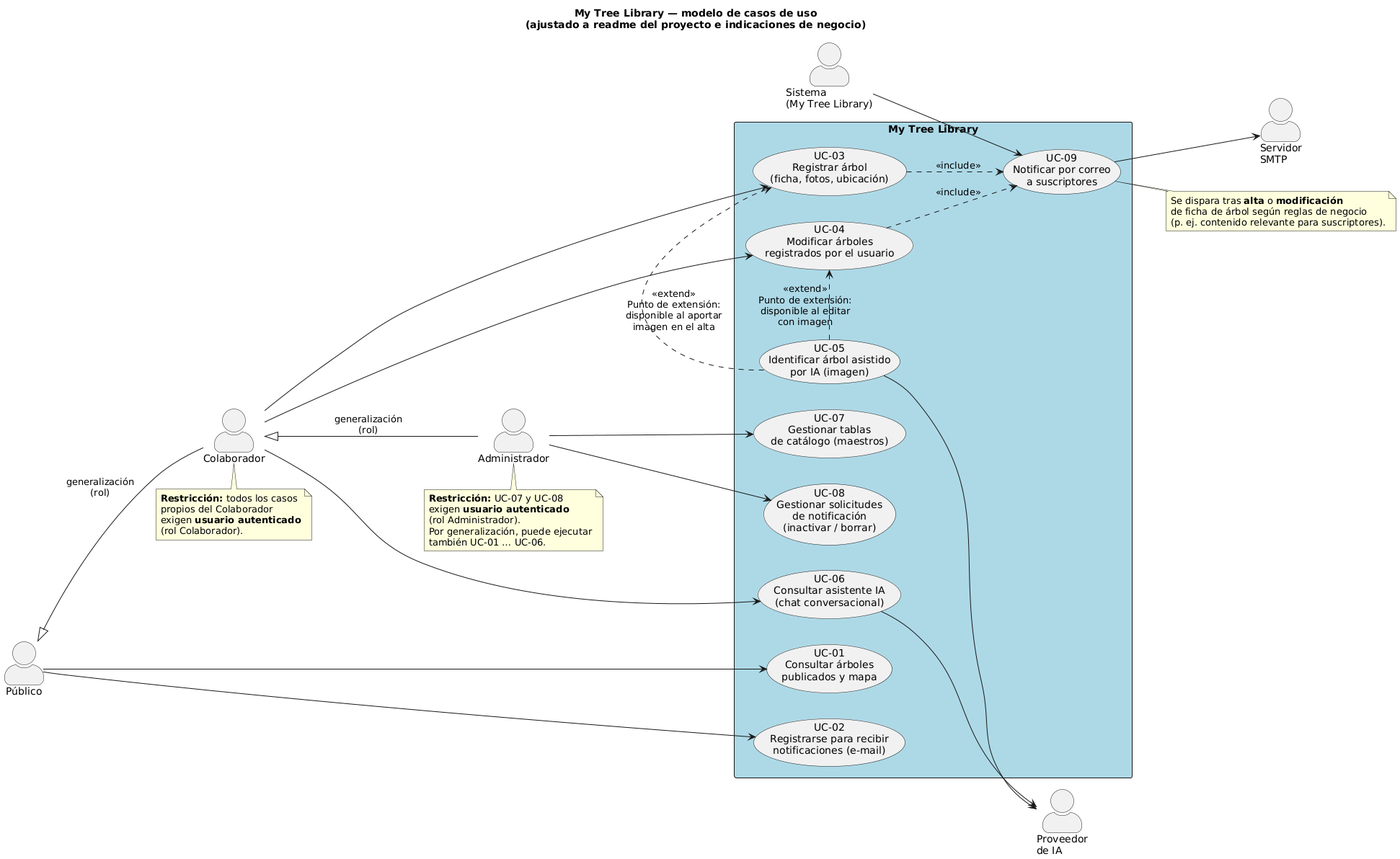
LIDR-academy/AI4Devs-finalproject keeps this PlantUML diagram as docs/use-cases/use-case-model.png. Above is the earlier version. Source of this version:
```plantuml
@startuml
title My Tree Library — modelo de casos de uso\n(ajustado a readme del proyecto e indicaciones de negocio)

skinparam packageStyle rectangle
skinparam actorStyle awesome
left to right direction

actor "Público" as Publico
actor "Colaborador" as Colaborador
actor "Administrador" as Administrador
actor "Sistema\n(My Tree Library)" as Sistema
actor "Proveedor\nde IA" as ProvIA
actor "Servidor\nSMTP" as SMTP

Publico <|-- Colaborador : generalización\n(rol)
Colaborador <|-- Administrador : generalización\n(rol)

rectangle "My Tree Library" #LightBlue {
  usecase "UC-01\nConsultar árboles\npublicados y mapa" as UC1
  usecase "UC-02\nRegistrarse para recibir\nnotificaciones (e-mail)" as UC2

  usecase "UC-03\nRegistrar árbol\n(ficha, fotos, ubicación)" as UC3
  usecase "UC-04\nModificar árboles\nregistrados por el usuario" as UC4
  usecase "UC-05\nIdentificar árbol asistido\npor IA (imagen)" as UC5

  usecase "UC-06\nConsultar asistente IA\n(chat conversacional)" as UC6

  usecase "UC-07\nGestionar tablas\nde catálogo (maestros)" as UC7
  usecase "UC-08\nGestionar solicitudes\nde notificación\n(inactivar / borrar)" as UC8

  usecase "UC-09\nNotificar por correo\na suscriptores" as UC9
}

Publico --> UC1
Publico --> UC2

Colaborador --> UC3
Colaborador --> UC4
Colaborador --> UC6

UC5 .> UC3 : <<extend>>\nPunto de extensión:\ndisponible al aportar\nimagen en el alta
UC5 .> UC4 : <<extend>>\nPunto de extensión:\ndisponible al editar\ncon imagen

Administrador --> UC7
Administrador --> UC8

note bottom of Colaborador
  **Restricción:** todos los casos
  propios del Colaborador
  exigen **usuario autenticado**
  (rol Colaborador).
end note

note bottom of Administrador
  **Restricción:** UC-07 y UC-08
  exigen **usuario autenticado**
  (rol Administrador).
  Por generalización, puede ejecutar
  también UC-01 … UC-06.
end note

Sistema --> UC9
UC3 ..> UC9 : <<include>>
UC4 ..> UC9 : <<include>>

note right of UC9
  Se dispara tras **alta** o **modificación**
  de ficha de árbol según reglas de negocio
  (p. ej. contenido relevante para suscriptores).
end note

UC9 --> SMTP

UC5 --> ProvIA
UC6 --> ProvIA
@enduml
```
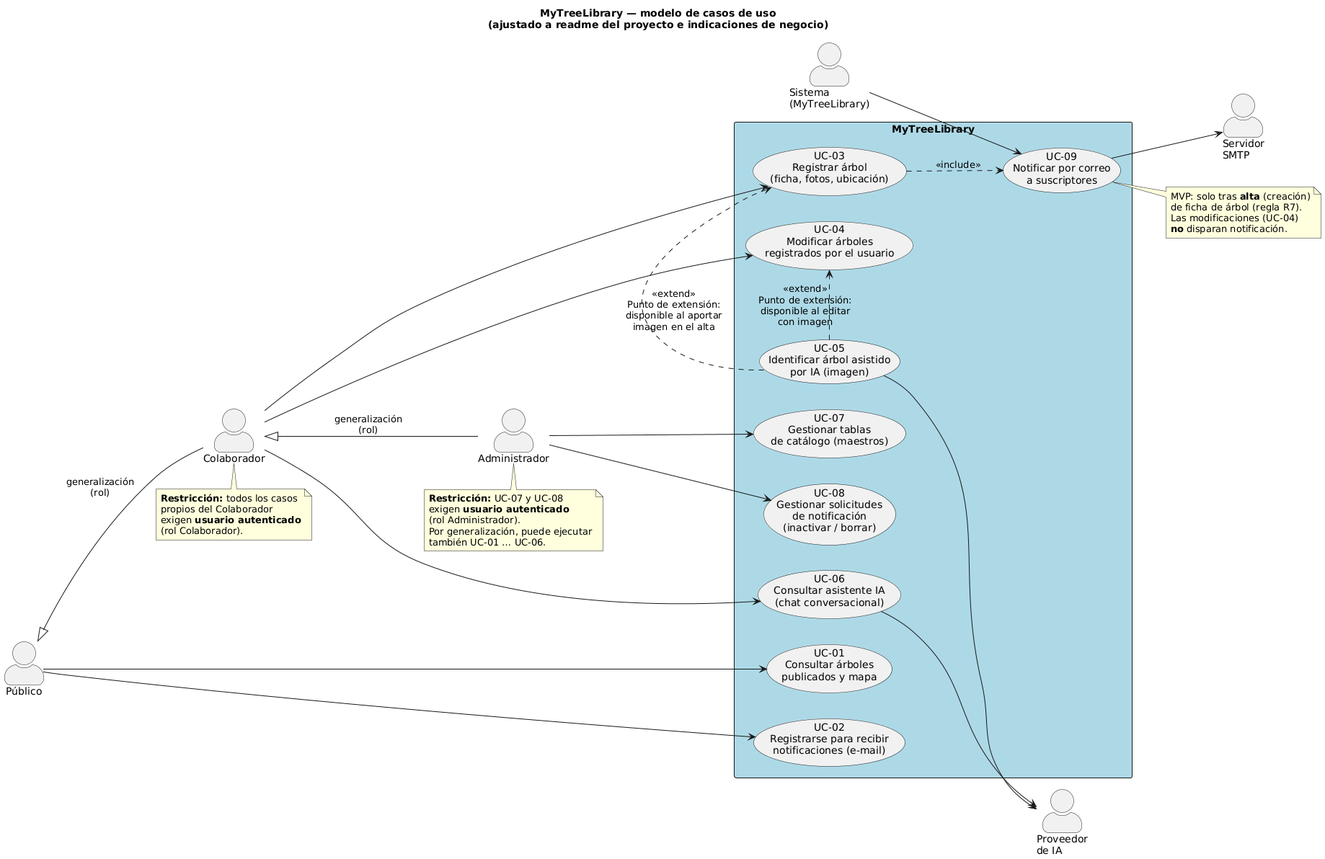
The same diagram one commit later.

Change to the diagram source:
```diff
@@ -1,5 +1,5 @@
 @startuml
-title My Tree Library — modelo de casos de uso\n(ajustado a readme del proyecto e indicaciones de negocio)
+title MyTreeLibrary — modelo de casos de uso\n(ajustado a readme del proyecto e indicaciones de negocio)
 
 skinparam packageStyle rectangle
 skinparam actorStyle awesome
@@ -8,14 +8,14 @@
 actor "Público" as Publico
 actor "Colaborador" as Colaborador
 actor "Administrador" as Administrador
-actor "Sistema\n(My Tree Library)" as Sistema
+actor "Sistema\n(MyTreeLibrary)" as Sistema
 actor "Proveedor\nde IA" as ProvIA
 actor "Servidor\nSMTP" as SMTP
 
 Publico <|-- Colaborador : generalización\n(rol)
 Colaborador <|-- Administrador : generalización\n(rol)
 
-rectangle "My Tree Library" #LightBlue {
+rectangle "MyTreeLibrary" #LightBlue {
   usecase "UC-01\nConsultar árboles\npublicados y mapa" as UC1
   usecase "UC-02\nRegistrarse para recibir\nnotificaciones (e-mail)" as UC2
 
@@ -61,12 +61,12 @@
 
 Sistema --> UC9
 UC3 ..> UC9 : <<include>>
-UC4 ..> UC9 : <<include>>
 
 note right of UC9
-  Se dispara tras **alta** o **modificación**
-  de ficha de árbol según reglas de negocio
-  (p. ej. contenido relevante para suscriptores).
+  MVP: solo tras **alta** (creación)
+  de ficha de árbol (regla R7).
+  Las modificaciones (UC-04)
+  **no** disparan notificación.
 end note
 
 UC9 --> SMTP
```
